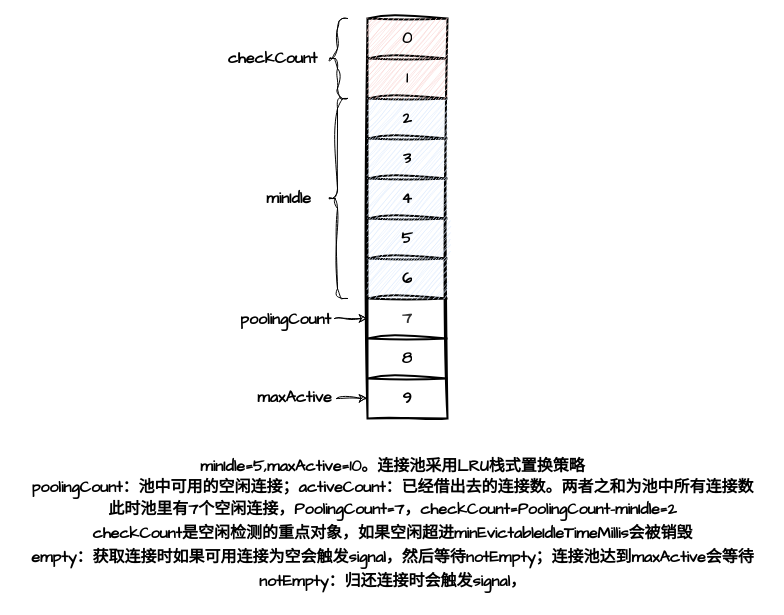
This is personal/duyunjie/连接池.drawio from zhuanzhuan-tech/arch-draw-io, a draw.io file, before an edit. Source tidied: cells renumbered, new cells numbered last; positions are measured from the earlier drawing's top-left corner, leaving out a move shared by most shapes. Both pictures are drawn from the tidied source at 100%, with x=0, y=0 at pixel (17, 18).
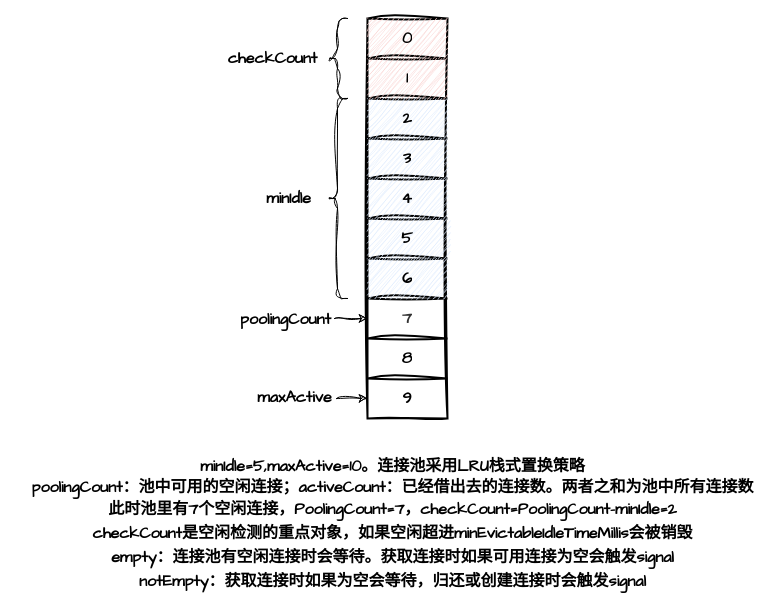
The same page after the edit.

Commit message:
更新连接池.drawio

The edit, as a diff of the source:
```diff
@@
-    <mxCell id="31" value="&lt;b style=&quot;line-height: 150%;&quot;&gt;&lt;font style=&quot;font-size: 16px; line-height: 150%;&quot;&gt;minIdle=5,maxActive=10。连接池采用LRU栈式置换策略&lt;/font&gt;&lt;/b&gt;&lt;div&gt;&lt;span style=&quot;font-size: 16px;&quot;&gt;&lt;b&gt;poolingCount：池中可用的空闲连接；&lt;/b&gt;&lt;/span&gt;&lt;b style=&quot;background-color: initial; font-size: 16px;&quot;&gt;activeCount：已经借出去的连接数。两者之和为池中所有连接数&lt;/b&gt;&lt;div&gt;&lt;div style=&quot;line-height: 150%;&quot;&gt;&lt;span style=&quot;font-size: 16px; line-height: 150%;&quot;&gt;&lt;b&gt;此时池里有7个空闲连接，PoolingCount=7，checkCount=PoolingCount-minIdle=2&lt;/b&gt;&lt;/span&gt;&lt;/div&gt;&lt;div style=&quot;line-height: 150%;&quot;&gt;&lt;span style=&quot;font-size: 16px; line-height: 150%;&quot;&gt;&lt;b&gt;checkCount是空闲检测的重点对象，如果空闲超进&lt;/b&gt;&lt;/span&gt;&lt;span style=&quot;background-color: initial; font-size: 16px; line-height: 150%;&quot;&gt;&lt;b&gt;minEvictableIdleTimeMillis会被销毁&lt;/b&gt;&lt;/span&gt;&lt;/div&gt;&lt;div style=&quot;line-height: 150%;&quot;&gt;&lt;span style=&quot;background-color: initial; font-size: 16px; line-height: 150%;&quot;&gt;&lt;b&gt;empty：获取连接时如果可用连接为空会触发signal，然后等待notEmpty；连接池达到maxActive会等待&lt;/b&gt;&lt;/span&gt;&lt;/div&gt;&lt;div style=&quot;line-height: 150%;&quot;&gt;&lt;span style=&quot;background-color: initial; font-size: 16px; line-height: 150%;&quot;&gt;&lt;b&gt;notEmpty：归还连接时会触发signal，&lt;/b&gt;&lt;/span&gt;&lt;/div&gt;&lt;/div&gt;&lt;/div&gt;" style="text;html=1;align=center;verticalAlign=middle;strokeColor=none;fillColor=none;fontFamily=Architects Daughter;" parent="1" vertex="1">
+    <mxCell id="31" value="&lt;b style=&quot;line-height: 150%;&quot;&gt;&lt;font style=&quot;font-size: 16px; line-height: 150%;&quot;&gt;minIdle=5,maxActive=10。连接池采用LRU栈式置换策略&lt;/font&gt;&lt;/b&gt;&lt;div&gt;&lt;span style=&quot;font-size: 16px;&quot;&gt;&lt;b&gt;poolingCount：池中可用的空闲连接；&lt;/b&gt;&lt;/span&gt;&lt;b style=&quot;background-color: initial; font-size: 16px;&quot;&gt;activeCount：已经借出去的连接数。两者之和为池中所有连接数&lt;/b&gt;&lt;div&gt;&lt;div style=&quot;line-height: 150%;&quot;&gt;&lt;span style=&quot;font-size: 16px; line-height: 150%;&quot;&gt;&lt;b&gt;此时池里有7个空闲连接，PoolingCount=7，checkCount=PoolingCount-minIdle=2&lt;/b&gt;&lt;/span&gt;&lt;/div&gt;&lt;div style=&quot;line-height: 150%;&quot;&gt;&lt;span style=&quot;font-size: 16px; line-height: 150%;&quot;&gt;&lt;b&gt;checkCount是空闲检测的重点对象，如果空闲超进&lt;/b&gt;&lt;/span&gt;&lt;span style=&quot;background-color: initial; font-size: 16px; line-height: 150%;&quot;&gt;&lt;b&gt;minEvictableIdleTimeMillis会被销毁&lt;/b&gt;&lt;/span&gt;&lt;/div&gt;&lt;div style=&quot;line-height: 150%;&quot;&gt;&lt;span style=&quot;background-color: initial; font-size: 16px; line-height: 150%;&quot;&gt;&lt;b&gt;empty：&lt;/b&gt;&lt;/span&gt;&lt;b style=&quot;background-color: initial; font-size: 16px;&quot;&gt;连接池有空闲连接时会等待。&lt;/b&gt;&lt;b style=&quot;background-color: initial; font-size: 16px;&quot;&gt;获取连接时如果可用连接为空会触发signal&lt;/b&gt;&lt;/div&gt;&lt;div style=&quot;line-height: 150%;&quot;&gt;&lt;span style=&quot;background-color: initial; font-size: 16px; line-height: 150%;&quot;&gt;&lt;b&gt;notEmpty：获取连接时如果为空会等待，归还或创建连接时会触发signal&lt;/b&gt;&lt;/span&gt;&lt;/div&gt;&lt;/div&gt;&lt;/div&gt;" style="text;html=1;align=center;verticalAlign=middle;strokeColor=none;fillColor=none;fontFamily=Architects Daughter;" parent="1" vertex="1">
       <mxGeometry y="430" width="750" height="150" as="geometry" />
     </mxCell>
```
